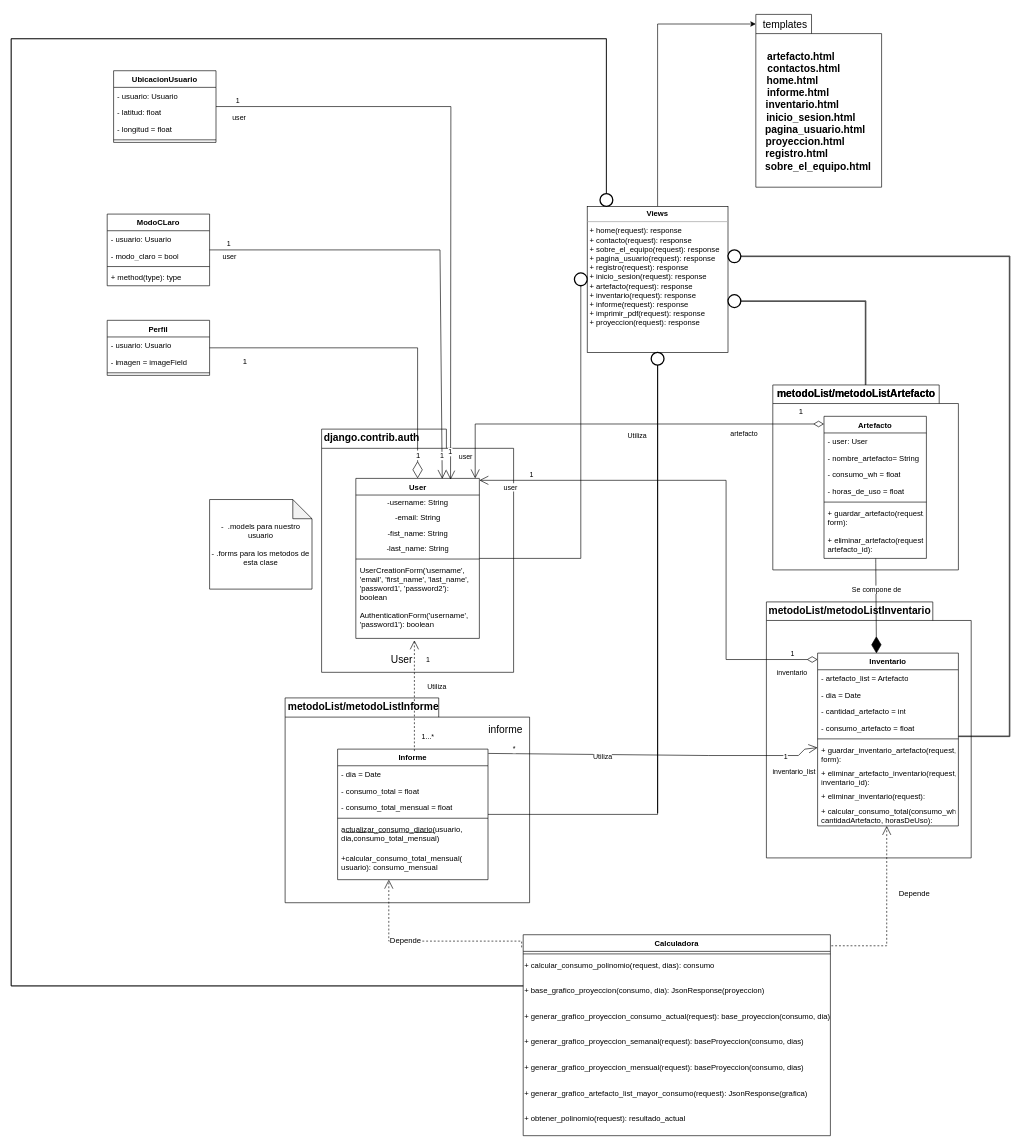
Earlier version of the draw.io diagram consumoEnergia.drawio (SantiagoTamayo2002/UML). Source tidied: cells renumbered, new cells numbered last; positions are measured from the earlier drawing's top-left corner, leaving out a move shared by most shapes. Both pictures are drawn from the tidied source at 64%, with x=0, y=0 at pixel (11, 14).
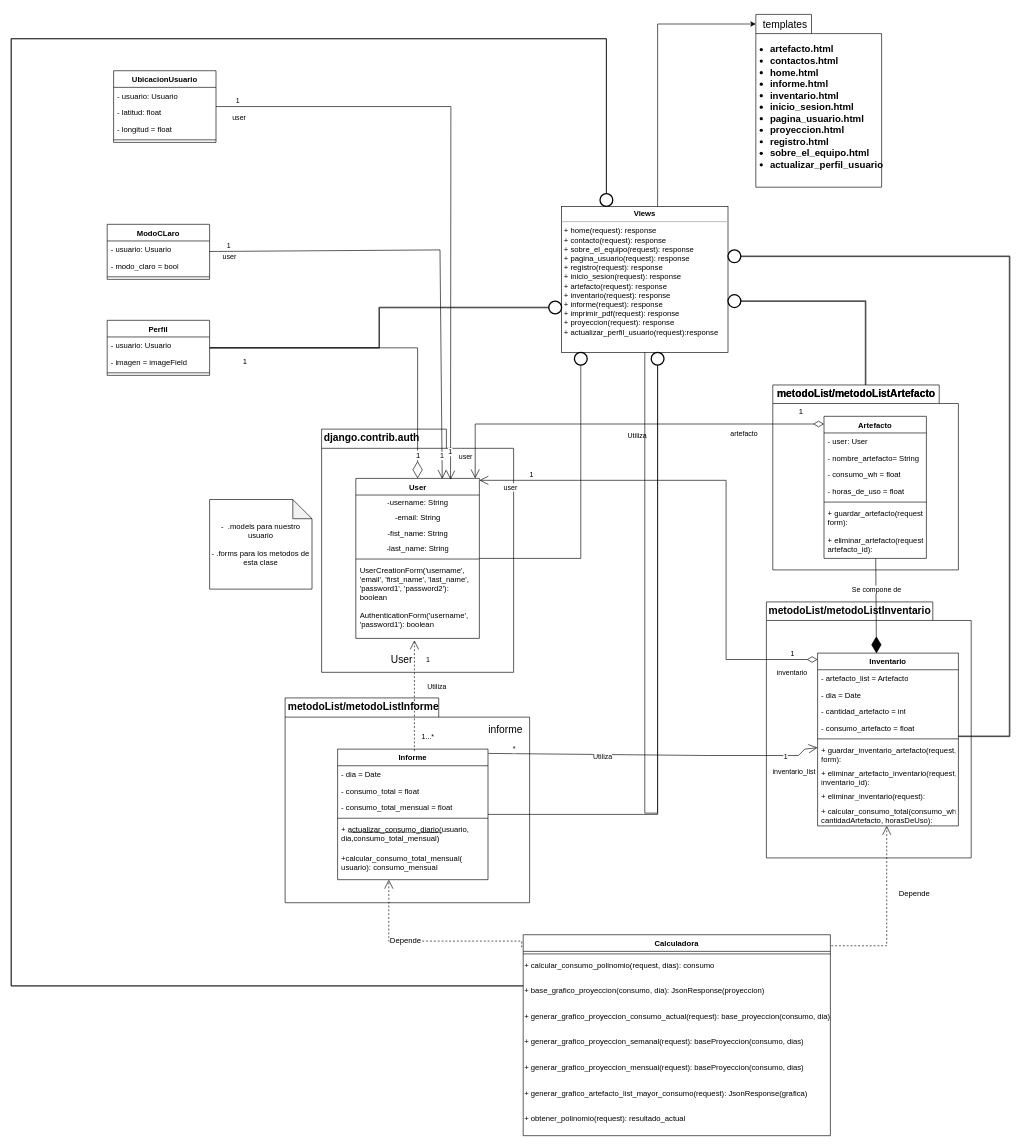
The same page after the edit.

Unchanged cells that the change refers to:
```xml
<mxCell id="7" value="User" style="swimlane;fontStyle=1;align=center;verticalAlign=top;horizontal=1;startSize=26;whiteSpace=wrap;html=1;" parent="1" vertex="1">
  <mxGeometry x="538.5" y="725" width="193" height="250" as="geometry" />
</mxCell>
<mxCell id="25" value="Informe" style="swimlane;fontStyle=1;align=center;verticalAlign=top;horizontal=1;startSize=26;whiteSpace=wrap;html=1;" parent="1" vertex="1">
  <mxGeometry x="510" y="1148" width="235" height="204" as="geometry" />
</mxCell>
<mxCell id="103" value="Perfil" style="swimlane;fontStyle=1;align=center;verticalAlign=top;horizontal=1;startSize=26;whiteSpace=wrap;html=1;" parent="1" vertex="1">
  <mxGeometry x="150" y="478" width="160" height="86" as="geometry" />
</mxCell>
```

What changed in the source:
```diff
@@
-    <mxCell id="30" value="a͟c͟t͟u͟a͟l͟i͟z͟a͟r͟_͟c͟o͟n͟s͟u͟m͟o͟_͟d͟i͟a͟r͟i͟o͟(usuario, dia,consumo_total_mensual)" style="text;strokeColor=none;fillColor=none;align=left;verticalAlign=top;spacingLeft=4;spacingRight=4;overflow=hidden;whiteSpace=wrap;html=1;" parent="25" vertex="1">
+    <mxCell id="30" value="+ a͟c͟t͟u͟a͟l͟i͟z͟a͟r͟_͟c͟o͟n͟s͟u͟m͟o͟_͟d͟i͟a͟r͟i͟o͟(usuario, dia,consumo_total_mensual)" style="text;strokeColor=none;fillColor=none;align=left;verticalAlign=top;spacingLeft=4;spacingRight=4;overflow=hidden;whiteSpace=wrap;html=1;" parent="25" vertex="1">
       <mxGeometry y="112" width="235" height="46" as="geometry" />
     </mxCell>
@@
-    <mxCell id="77" value="&lt;p style=&quot;margin:0px;margin-top:4px;text-align:center;&quot;&gt;&lt;b&gt;Views&lt;/b&gt;&lt;/p&gt;&lt;hr size=&quot;1&quot;&gt;&lt;p style=&quot;margin:0px;margin-left:4px;&quot;&gt;&lt;span style=&quot;background-color: initial;&quot;&gt;+ home(request): response&lt;/span&gt;&lt;br&gt;&lt;/p&gt;&lt;p style=&quot;margin:0px;margin-left:4px;&quot;&gt;+ contacto(request): response&amp;nbsp;&lt;/p&gt;&lt;p style=&quot;margin:0px;margin-left:4px;&quot;&gt;+ sobre_el_equipo(request): response&amp;nbsp;&lt;/p&gt;&lt;p style=&quot;margin:0px;margin-left:4px;&quot;&gt;+ pagina_usuario(request): response&amp;nbsp;&lt;/p&gt;&lt;p style=&quot;margin:0px;margin-left:4px;&quot;&gt;&lt;span style=&quot;background-color: initial;&quot;&gt;+ registro(request): response&amp;nbsp;&lt;/span&gt;&lt;br&gt;&lt;/p&gt;&lt;p style=&quot;margin:0px;margin-left:4px;&quot;&gt;+ inicio_sesion(request): response&amp;nbsp;&lt;/p&gt;&lt;p style=&quot;margin:0px;margin-left:4px;&quot;&gt;+ artefacto(request): response&amp;nbsp;&lt;/p&gt;&lt;p style=&quot;margin:0px;margin-left:4px;&quot;&gt;+ inventario(request): response&amp;nbsp;&lt;/p&gt;&lt;p style=&quot;margin:0px;margin-left:4px;&quot;&gt;+ informe(request): response&amp;nbsp;&lt;/p&gt;&lt;p style=&quot;margin:0px;margin-left:4px;&quot;&gt;+ imprimir_pdf(request): response&amp;nbsp;&lt;/p&gt;&lt;p style=&quot;margin:0px;margin-left:4px;&quot;&gt;+ proyeccion(request): response&lt;br&gt;&lt;/p&gt;" style="verticalAlign=top;align=left;overflow=fill;fontSize=12;fontFamily=Helvetica;html=1;whiteSpace=wrap;" parent="1" vertex="1">
-      <mxGeometry x="900" y="300" width="220" height="228" as="geometry" />
+    <mxCell id="77" value="&lt;p style=&quot;margin:0px;margin-top:4px;text-align:center;&quot;&gt;&lt;b&gt;Views&lt;/b&gt;&lt;/p&gt;&lt;hr size=&quot;1&quot;&gt;&lt;p style=&quot;margin:0px;margin-left:4px;&quot;&gt;&lt;span style=&quot;background-color: initial;&quot;&gt;+ home(request): response&lt;/span&gt;&lt;br&gt;&lt;/p&gt;&lt;p style=&quot;margin:0px;margin-left:4px;&quot;&gt;+ contacto(request): response&amp;nbsp;&lt;/p&gt;&lt;p style=&quot;margin:0px;margin-left:4px;&quot;&gt;+ sobre_el_equipo(request): response&amp;nbsp;&lt;/p&gt;&lt;p style=&quot;margin:0px;margin-left:4px;&quot;&gt;+ pagina_usuario(request): response&amp;nbsp;&lt;/p&gt;&lt;p style=&quot;margin:0px;margin-left:4px;&quot;&gt;&lt;span style=&quot;background-color: initial;&quot;&gt;+ registro(request): response&amp;nbsp;&lt;/span&gt;&lt;br&gt;&lt;/p&gt;&lt;p style=&quot;margin:0px;margin-left:4px;&quot;&gt;+ inicio_sesion(request): response&amp;nbsp;&lt;/p&gt;&lt;p style=&quot;margin:0px;margin-left:4px;&quot;&gt;+ artefacto(request): response&amp;nbsp;&lt;/p&gt;&lt;p style=&quot;margin:0px;margin-left:4px;&quot;&gt;+ inventario(request): response&amp;nbsp;&lt;/p&gt;&lt;p style=&quot;margin:0px;margin-left:4px;&quot;&gt;+ informe(request): response&amp;nbsp;&lt;/p&gt;&lt;p style=&quot;margin:0px;margin-left:4px;&quot;&gt;+ imprimir_pdf(request): response&amp;nbsp;&lt;/p&gt;&lt;p style=&quot;margin:0px;margin-left:4px;&quot;&gt;+ proyeccion(request): response&lt;br&gt;&lt;/p&gt;&lt;p style=&quot;margin:0px;margin-left:4px;&quot;&gt;+&amp;nbsp;actualizar_perfil_usuario(request):response&lt;/p&gt;" style="verticalAlign=top;align=left;overflow=fill;fontSize=12;fontFamily=Helvetica;html=1;whiteSpace=wrap;" parent="1" vertex="1">
+      <mxGeometry x="860" y="300" width="260" height="228" as="geometry" />
     </mxCell>
@@
-    <mxCell id="80" value="&lt;b style=&quot;border-color: var(--border-color); font-size: 16px;&quot;&gt;&amp;nbsp; &amp;nbsp; &amp;nbsp; artefacto.html&lt;/b&gt;&lt;br&gt;&lt;b style=&quot;font-size: 16px;&quot;&gt;&amp;nbsp; &amp;nbsp; &amp;nbsp; &amp;nbsp; contactos.html&lt;/b&gt;&lt;br style=&quot;border-color: var(--border-color); font-size: 16px; font-weight: 700;&quot;&gt;&lt;span style=&quot;font-size: 16px; font-weight: 700;&quot;&gt;home.html&lt;/span&gt;&lt;br style=&quot;border-color: var(--border-color); font-size: 16px; font-weight: 700;&quot;&gt;&lt;span style=&quot;font-size: 16px; font-weight: 700;&quot;&gt;&amp;nbsp; &amp;nbsp; informe.html&lt;/span&gt;&lt;br style=&quot;border-color: var(--border-color); font-size: 16px; font-weight: 700;&quot;&gt;&lt;span style=&quot;font-size: 16px; font-weight: 700;&quot;&gt;&amp;nbsp; &amp;nbsp; &amp;nbsp; &amp;nbsp;inventario.html&lt;/span&gt;&lt;br style=&quot;border-color: var(--border-color); font-size: 16px; font-weight: 700;&quot;&gt;&lt;span style=&quot;font-size: 16px; font-weight: 700;&quot;&gt;&amp;nbsp; &amp;nbsp; &amp;nbsp; &amp;nbsp; &amp;nbsp; &amp;nbsp; &amp;nbsp;inicio_sesion.html&lt;/span&gt;&lt;br style=&quot;border-color: var(--border-color); font-size: 16px; font-weight: 700;&quot;&gt;&lt;span style=&quot;font-size: 16px; font-weight: 700;&quot;&gt;&amp;nbsp; &amp;nbsp; &amp;nbsp; &amp;nbsp; &amp;nbsp; &amp;nbsp; &amp;nbsp; &amp;nbsp; pagina_usuario.html&lt;/span&gt;&lt;br style=&quot;border-color: var(--border-color); font-size: 16px; font-weight: 700;&quot;&gt;&lt;span style=&quot;font-size: 16px; font-weight: 700;&quot;&gt;&amp;nbsp; &amp;nbsp; &amp;nbsp; &amp;nbsp; &amp;nbsp;proyeccion.html&lt;/span&gt;&lt;br style=&quot;border-color: var(--border-color); font-size: 16px; font-weight: 700;&quot;&gt;&lt;span style=&quot;font-weight: 700; font-size: 16px;&quot;&gt;&amp;nbsp; &amp;nbsp;registro.html&lt;br&gt;&amp;nbsp; &amp;nbsp; &amp;nbsp; &amp;nbsp; &amp;nbsp; &amp;nbsp; &amp;nbsp; &amp;nbsp; &amp;nbsp; sobre_el_equipo.html&lt;br&gt;&lt;/span&gt;" style="text;html=1;strokeColor=none;fillColor=none;align=center;verticalAlign=middle;spacingLeft=4;spacingRight=4;overflow=hidden;whiteSpace=wrap;" parent="1" vertex="1">
-      <mxGeometry x="1091.8" y="2" width="258.2" height="298" as="geometry" />
+    <mxCell id="80" value="&lt;p style=&quot;line-height: 110%; font-size: 16px;&quot;&gt;&lt;/p&gt;&lt;ul style=&quot;font-size: 15px;&quot;&gt;&lt;li&gt;&lt;b style=&quot;border-color: var(--border-color);&quot;&gt;artefacto.html&lt;/b&gt;&lt;/li&gt;&lt;li&gt;&lt;b style=&quot;background-color: initial;&quot;&gt;contactos.html&lt;/b&gt;&lt;/li&gt;&lt;li&gt;&lt;span style=&quot;background-color: initial;&quot;&gt;&lt;b&gt;home.html&lt;/b&gt;&lt;/span&gt;&lt;/li&gt;&lt;li&gt;&lt;span style=&quot;background-color: initial;&quot;&gt;&lt;b&gt;informe.html&lt;/b&gt;&lt;/span&gt;&lt;/li&gt;&lt;li&gt;&lt;span style=&quot;background-color: initial;&quot;&gt;&lt;b&gt;inventario.html&lt;/b&gt;&lt;/span&gt;&lt;/li&gt;&lt;li&gt;&lt;span style=&quot;background-color: initial;&quot;&gt;&lt;b&gt;inicio_sesion.html&lt;/b&gt;&lt;/span&gt;&lt;/li&gt;&lt;li&gt;&lt;span style=&quot;background-color: initial;&quot;&gt;&lt;b&gt;pagina_usuario.html&lt;/b&gt;&lt;/span&gt;&lt;/li&gt;&lt;li&gt;&lt;span style=&quot;background-color: initial;&quot;&gt;&lt;b&gt;proyeccion.html&lt;/b&gt;&lt;/span&gt;&lt;/li&gt;&lt;li&gt;&lt;b style=&quot;background-color: initial;&quot;&gt;registro.html&lt;/b&gt;&lt;/li&gt;&lt;li&gt;&lt;span style=&quot;&quot;&gt;&lt;b&gt;sobre_el_equipo.html&lt;/b&gt;&lt;/span&gt;&lt;span style=&quot;&quot;&gt;&lt;b&gt;&lt;span style=&quot;&quot;&gt;&lt;span style=&quot;white-space: pre;&quot;&gt;&amp;nbsp;&lt;/span&gt;&lt;/span&gt;&lt;/b&gt;&lt;/span&gt;&lt;/li&gt;&lt;li&gt;&lt;b style=&quot;background-color: initial;&quot;&gt;&lt;font style=&quot;font-size: 15px;&quot;&gt;actualizar_perfil_usuario&lt;/font&gt;&lt;/b&gt;&lt;/li&gt;&lt;/ul&gt;&lt;p&gt;&lt;/p&gt;" style="text;html=1;strokeColor=none;fillColor=none;align=left;verticalAlign=middle;spacingLeft=4;spacingRight=4;overflow=hidden;whiteSpace=wrap;" parent="1" vertex="1">
+      <mxGeometry x="1140" y="-5" width="272.5" height="298" as="geometry" />
     </mxCell>
-    <mxCell id="81" style="endArrow=none;html=1;edgeStyle=orthogonalEdgeStyle;rounded=0;" parent="1" edge="1" source="7" target="82">
+    <mxCell id="81" style="endArrow=none;html=1;edgeStyle=orthogonalEdgeStyle;rounded=0;entryX=0.5;entryY=1;entryDx=0;entryDy=0;entryPerimeter=0;" parent="1" edge="1" source="7" target="82">
       <mxGeometry relative="1" as="geometry" />
     </mxCell>
     <mxCell id="82" style="strokeWidth=2;html=1;shape=mxgraph.flowchart.start_2;whiteSpace=wrap;" parent="1" vertex="1">
-      <mxGeometry x="880" y="404" width="20" height="20" as="geometry" />
+      <mxGeometry x="880" y="528" width="20" height="20" as="geometry" />
     </mxCell>
@@
     <mxCell id="98" value="ModoCLaro" style="swimlane;fontStyle=1;align=center;verticalAlign=top;horizontal=1;startSize=26;whiteSpace=wrap;html=1;" parent="1" vertex="1">
-      <mxGeometry x="150" y="312" width="160" height="112" as="geometry" />
+      <mxGeometry x="150" y="328" width="160" height="86" as="geometry" />
     </mxCell>
@@
-    <mxCell id="102" value="+ method(type): type" style="text;strokeColor=none;fillColor=none;align=left;verticalAlign=top;spacingLeft=4;spacingRight=4;overflow=hidden;whiteSpace=wrap;html=1;" parent="98" vertex="1">
-      <mxGeometry y="86" width="160" height="26" as="geometry" />
-    </mxCell>
@@
+    <mxCell id="118" style="strokeWidth=2;html=1;shape=mxgraph.flowchart.start_2;whiteSpace=wrap;" parent="1" vertex="1">
+      <mxGeometry x="840" y="448" width="20" height="20" as="geometry" />
+    </mxCell>
+    <mxCell id="119" style="edgeStyle=orthogonalEdgeStyle;rounded=0;jettySize=auto;html=1;shape=link;width=1;entryX=0;entryY=0.5;entryDx=0;entryDy=0;entryPerimeter=0;" parent="1" edge="1" source="103" target="118">
+      <mxGeometry relative="1" as="geometry" />
+    </mxCell>
```
